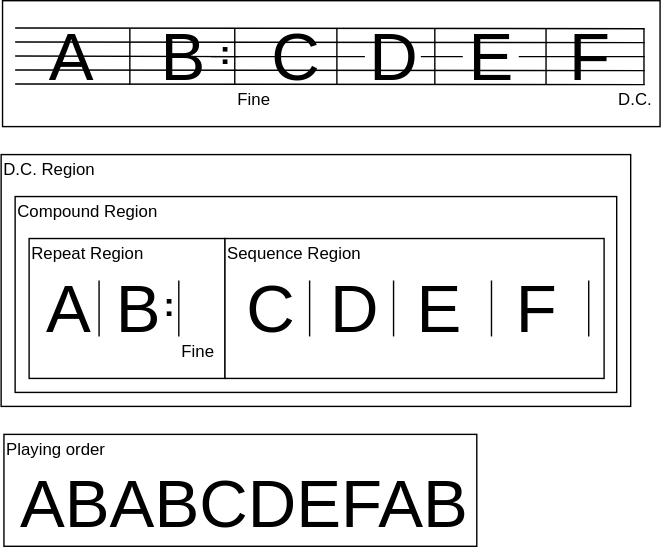
Above: docs/repeat/example08.drawio.svg in ruimo/klavier-core (draw.io), before the change. Source tidied: cells renumbered, new cells last; positions are measured from the earlier drawing's top-left corner, leaving out a move shared by most shapes.
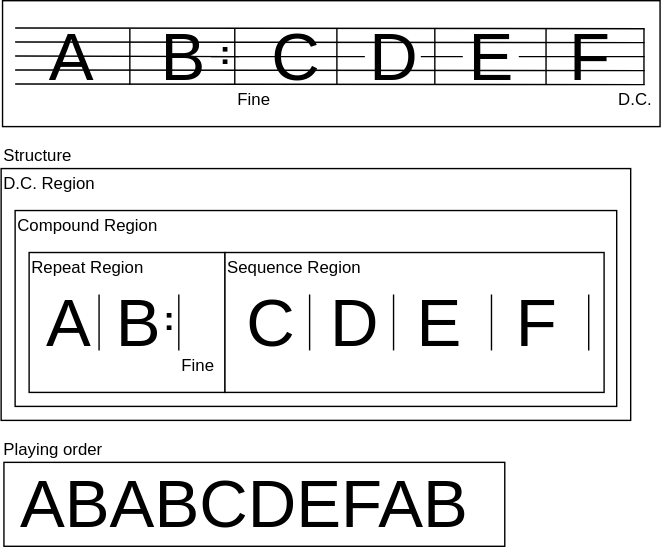
The same diagram one commit later.

What changed in the source:
```diff
@@ -3,56 +3,56 @@
     <mxCell id="0" />
     <mxCell id="1" parent="0" />
     <mxCell id="2" style="rounded=0;whiteSpace=wrap;html=1;" parent="1" vertex="1">
-      <mxGeometry x="1" width="470" height="90" as="geometry" />
+      <mxGeometry x="1" y="-10" width="470" height="90" as="geometry" />
     </mxCell>
     <mxCell id="3" style="rounded=0;whiteSpace=wrap;html=1;" parent="1" vertex="1">
       <mxGeometry y="110" width="450" height="180" as="geometry" />
     </mxCell>
     <mxCell id="4" style="endArrow=none;html=1;" parent="1" edge="1">
       <mxGeometry relative="1" as="geometry">
-        <mxPoint x="10" y="29.5" as="sourcePoint" />
-        <mxPoint x="460" y="30" as="targetPoint" />
+        <mxPoint x="10" y="19.5" as="sourcePoint" />
+        <mxPoint x="460" y="20" as="targetPoint" />
       </mxGeometry>
     </mxCell>
     <mxCell id="5" style="endArrow=none;html=1;" parent="1" edge="1" source="23">
       <mxGeometry relative="1" as="geometry">
-        <mxPoint x="460" y="40" as="targetPoint" />
+        <mxPoint x="460" y="30" as="targetPoint" />
       </mxGeometry>
     </mxCell>
     <mxCell id="6" style="endArrow=none;html=1;" parent="1" edge="1">
       <mxGeometry relative="1" as="geometry">
-        <mxPoint x="10" y="49.5" as="sourcePoint" />
-        <mxPoint x="460" y="50" as="targetPoint" />
+        <mxPoint x="10" y="39.5" as="sourcePoint" />
+        <mxPoint x="460" y="40" as="targetPoint" />
       </mxGeometry>
     </mxCell>
     <mxCell id="7" style="endArrow=none;html=1;" parent="1" edge="1">
       <mxGeometry relative="1" as="geometry">
-        <mxPoint x="10" y="59.5" as="sourcePoint" />
-        <mxPoint x="460" y="60" as="targetPoint" />
+        <mxPoint x="10" y="49.5" as="sourcePoint" />
+        <mxPoint x="460" y="50" as="targetPoint" />
       </mxGeometry>
     </mxCell>
     <mxCell id="8" value="&lt;font style=&quot;font-size: 48px&quot;&gt;A&lt;/font&gt;" style="text;html=1;strokeColor=none;fillColor=none;align=center;verticalAlign=middle;whiteSpace=wrap;rounded=0;" parent="1" vertex="1">
-      <mxGeometry x="30" y="30" width="40" height="20" as="geometry" />
+      <mxGeometry x="30" y="20" width="40" height="20" as="geometry" />
     </mxCell>
     <mxCell id="9" style="endArrow=none;html=1;" parent="1" edge="1">
       <mxGeometry relative="1" as="geometry">
-        <mxPoint x="10" y="39.5" as="sourcePoint" />
-        <mxPoint x="170" y="40" as="targetPoint" />
+        <mxPoint x="10" y="29.5" as="sourcePoint" />
+        <mxPoint x="170" y="30" as="targetPoint" />
       </mxGeometry>
     </mxCell>
     <mxCell id="10" value="&lt;font style=&quot;font-size: 48px&quot;&gt;B&lt;/font&gt;" style="text;html=1;strokeColor=none;fillColor=none;align=center;verticalAlign=middle;whiteSpace=wrap;rounded=0;" parent="1" vertex="1">
-      <mxGeometry x="110" y="30" width="40" height="20" as="geometry" />
+      <mxGeometry x="110" y="20" width="40" height="20" as="geometry" />
     </mxCell>
     <mxCell id="11" value="D.C. Region" style="text;html=1;strokeColor=none;fillColor=none;align=left;verticalAlign=middle;whiteSpace=wrap;rounded=0;" parent="1" vertex="1">
       <mxGeometry y="110" width="200" height="20" as="geometry" />
     </mxCell>
     <mxCell id="12" value="&lt;font style=&quot;font-size: 48px&quot;&gt;C&lt;/font&gt;" style="text;html=1;strokeColor=none;fillColor=none;align=center;verticalAlign=middle;whiteSpace=wrap;rounded=0;" parent="1" vertex="1">
-      <mxGeometry x="190" y="30" width="40" height="20" as="geometry" />
+      <mxGeometry x="190" y="20" width="40" height="20" as="geometry" />
     </mxCell>
     <mxCell id="13" style="endArrow=none;html=1;" parent="1" edge="1">
       <mxGeometry relative="1" as="geometry">
-        <mxPoint x="310" y="60" as="sourcePoint" />
-        <mxPoint x="310" y="20" as="targetPoint" />
+        <mxPoint x="310" y="50" as="sourcePoint" />
+        <mxPoint x="310" y="10" as="targetPoint" />
       </mxGeometry>
     </mxCell>
     <mxCell id="14" style="rounded=0;whiteSpace=wrap;html=1;" parent="1" vertex="1">
@@ -62,7 +62,7 @@
       <mxGeometry x="10" y="140" width="150" height="20" as="geometry" />
     </mxCell>
     <mxCell id="16" style="group;" parent="1" vertex="1">
-      <mxGeometry x="213" y="20" width="40" height="40" as="geometry" />
+      <mxGeometry x="213" y="10" width="40" height="40" as="geometry" />
     </mxCell>
     <mxCell id="17" style="group;" parent="16" vertex="1">
       <mxGeometry width="40" height="40" as="geometry" />
@@ -80,19 +80,19 @@
       </mxGeometry>
     </mxCell>
     <mxCell id="21" value="&lt;font style=&quot;font-size: 48px&quot;&gt;D&lt;/font&gt;" style="text;html=1;strokeColor=none;fillColor=none;align=center;verticalAlign=middle;whiteSpace=wrap;rounded=0;" parent="1" vertex="1">
-      <mxGeometry x="260" y="30" width="40" height="20" as="geometry" />
+      <mxGeometry x="260" y="20" width="40" height="20" as="geometry" />
     </mxCell>
     <mxCell id="22" style="endArrow=none;html=1;" parent="1" edge="1" source="10" target="21">
       <mxGeometry relative="1" as="geometry" />
     </mxCell>
     <mxCell id="23" value="&lt;font style=&quot;font-size: 48px&quot;&gt;E&lt;/font&gt;" style="text;html=1;strokeColor=none;fillColor=none;align=center;verticalAlign=middle;whiteSpace=wrap;rounded=0;" parent="1" vertex="1">
-      <mxGeometry x="330" y="30" width="40" height="20" as="geometry" />
+      <mxGeometry x="330" y="20" width="40" height="20" as="geometry" />
     </mxCell>
     <mxCell id="24" style="endArrow=none;html=1;" parent="1" edge="1" source="21" target="23">
       <mxGeometry relative="1" as="geometry" />
     </mxCell>
     <mxCell id="25" style="group;" parent="1" vertex="1">
-      <mxGeometry x="362.5" y="20" width="40" height="40" as="geometry" />
+      <mxGeometry x="362.5" y="10" width="40" height="40" as="geometry" />
     </mxCell>
     <mxCell id="26" style="endArrow=none;html=1;" parent="25" edge="1">
       <mxGeometry relative="1" as="geometry">
@@ -102,8 +102,8 @@
     </mxCell>
     <mxCell id="27" style="endArrow=none;html=1;" parent="1" edge="1">
       <mxGeometry relative="1" as="geometry">
-        <mxPoint x="92" y="60" as="sourcePoint" />
-        <mxPoint x="92" y="20" as="targetPoint" />
+        <mxPoint x="92" y="50" as="sourcePoint" />
+        <mxPoint x="92" y="10" as="targetPoint" />
       </mxGeometry>
     </mxCell>
     <mxCell id="28" style="rounded=0;whiteSpace=wrap;html=1;" parent="1" vertex="1">
@@ -132,21 +132,21 @@
     </mxCell>
     <mxCell id="35" style="endArrow=none;html=1;" parent="1" edge="1">
       <mxGeometry relative="1" as="geometry">
-        <mxPoint x="459.5" y="60" as="sourcePoint" />
-        <mxPoint x="459.5" y="20" as="targetPoint" />
+        <mxPoint x="459.5" y="50" as="sourcePoint" />
+        <mxPoint x="459.5" y="10" as="targetPoint" />
       </mxGeometry>
     </mxCell>
     <mxCell id="36" value="&lt;font style=&quot;font-size: 48px&quot;&gt;F&lt;/font&gt;" style="text;html=1;strokeColor=none;fillColor=none;align=center;verticalAlign=middle;whiteSpace=wrap;rounded=0;" parent="1" vertex="1">
-      <mxGeometry x="400" y="30" width="40" height="20" as="geometry" />
+      <mxGeometry x="400" y="20" width="40" height="20" as="geometry" />
     </mxCell>
     <mxCell id="37" style="endArrow=none;html=1;" parent="1" edge="1">
       <mxGeometry relative="1" as="geometry">
-        <mxPoint x="10" y="19.5" as="sourcePoint" />
-        <mxPoint x="460" y="20" as="targetPoint" />
+        <mxPoint x="10" y="9.5" as="sourcePoint" />
+        <mxPoint x="460" y="10" as="targetPoint" />
       </mxGeometry>
     </mxCell>
     <mxCell id="38" style="group;" parent="1" vertex="1">
-      <mxGeometry x="140" y="20" width="40" height="40" as="geometry" />
+      <mxGeometry x="140" y="10" width="40" height="40" as="geometry" />
     </mxCell>
     <mxCell id="39" style="group;" parent="38" vertex="1">
       <mxGeometry width="40" height="40" as="geometry" />
@@ -197,7 +197,7 @@
       </mxGeometry>
     </mxCell>
     <mxCell id="52" value="D.C." style="text;html=1;strokeColor=none;fillColor=none;align=center;verticalAlign=middle;whiteSpace=wrap;rounded=0;" parent="1" vertex="1">
-      <mxGeometry x="432.5" y="60" width="40" height="20" as="geometry" />
+      <mxGeometry x="432.5" y="50" width="40" height="20" as="geometry" />
     </mxCell>
     <mxCell id="53" value="&lt;font style=&quot;font-size: 48px&quot;&gt;D&lt;/font&gt;" style="text;html=1;strokeColor=none;fillColor=none;align=center;verticalAlign=middle;whiteSpace=wrap;rounded=0;" parent="1" vertex="1">
       <mxGeometry x="232.5" y="210" width="40" height="20" as="geometry" />
@@ -227,19 +227,22 @@
       </mxGeometry>
     </mxCell>
     <mxCell id="59" value="Fine" style="text;html=1;strokeColor=none;fillColor=none;align=center;verticalAlign=middle;whiteSpace=wrap;rounded=0;" parent="1" vertex="1">
-      <mxGeometry x="160" y="60" width="40" height="20" as="geometry" />
+      <mxGeometry x="160" y="50" width="40" height="20" as="geometry" />
     </mxCell>
     <mxCell id="60" value="Fine" style="text;html=1;strokeColor=none;fillColor=none;align=center;verticalAlign=middle;whiteSpace=wrap;rounded=0;" parent="1" vertex="1">
       <mxGeometry x="120" y="240" width="40" height="20" as="geometry" />
     </mxCell>
     <mxCell id="61" style="rounded=0;whiteSpace=wrap;html=1;" parent="1" vertex="1">
-      <mxGeometry x="2" y="310" width="338" height="80" as="geometry" />
+      <mxGeometry x="2" y="320" width="358" height="60" as="geometry" />
     </mxCell>
+    <mxCell id="63" value="&lt;font style=&quot;font-size: 48px&quot;&gt;ABABCDEFAB&lt;/font&gt;" style="text;html=1;strokeColor=none;fillColor=none;align=left;verticalAlign=middle;whiteSpace=wrap;rounded=0;" parent="1" vertex="1">
+      <mxGeometry x="12" y="340" width="40" height="20" as="geometry" />
+    </mxCell>
+    <mxCell id="64" value="Structure" style="text;html=1;strokeColor=none;fillColor=none;align=left;verticalAlign=middle;whiteSpace=wrap;rounded=0;" parent="1" vertex="1">
+      <mxGeometry y="90" width="140" height="20" as="geometry" />
+    </mxCell>
     <mxCell id="62" value="Playing order" style="text;html=1;strokeColor=none;fillColor=none;align=left;verticalAlign=middle;whiteSpace=wrap;rounded=0;" parent="1" vertex="1">
-      <mxGeometry x="2" y="310" width="200" height="20" as="geometry" />
+      <mxGeometry y="300" width="140" height="20" as="geometry" />
     </mxCell>
-    <mxCell id="63" value="&lt;font style=&quot;font-size: 48px&quot;&gt;ABABCDEFAB&lt;/font&gt;" style="text;html=1;strokeColor=none;fillColor=none;align=left;verticalAlign=middle;whiteSpace=wrap;rounded=0;" parent="1" vertex="1">
-      <mxGeometry x="12" y="350" width="40" height="20" as="geometry" />
-    </mxCell>
   </root>
 </mxGraphModel>
```
